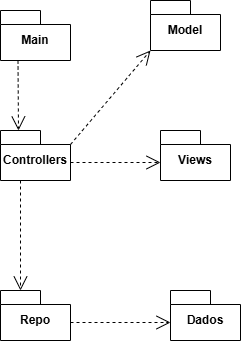
godea-alexei/fsoft2026_1DD_2 keeps this draw.io diagram as Documentation/Iteration03/Code Organization.png. Above is the earlier version. Source tidied: cells renumbered, new cells last; positions are measured from the earlier drawing's top-left corner, leaving out a move shared by most shapes.
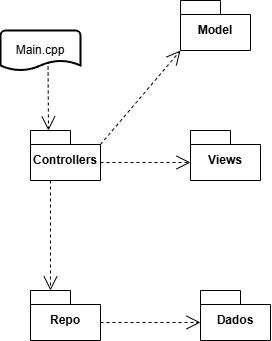
The same diagram one commit later.

Commit message:
Update code organization

What changed in the source:
```diff
@@ -17,11 +17,9 @@
     <mxCell id="6" value="Dados" style="shape=folder;fontStyle=1;spacingTop=10;tabWidth=40;tabHeight=14;tabPosition=left;html=1;whiteSpace=wrap;" parent="1" vertex="1">
       <mxGeometry x="170" y="290" width="70" height="50" as="geometry" />
     </mxCell>
-    <mxCell id="7" value="Main" style="shape=folder;fontStyle=1;spacingTop=10;tabWidth=40;tabHeight=14;tabPosition=left;html=1;whiteSpace=wrap;" parent="1" vertex="1">
-      <mxGeometry y="10" width="70" height="50" as="geometry" />
-    </mxCell>
-    <mxCell id="8" style="endArrow=open;endSize=12;dashed=1;html=1;rounded=0;exitX=0.25;exitY=1;exitDx=0;exitDy=0;exitPerimeter=0;" parent="1" edge="1" source="7">
+    <mxCell id="8" style="endArrow=open;endSize=12;dashed=1;html=1;rounded=0;exitX=0.25;exitY=1;exitDx=0;exitDy=0;exitPerimeter=0;" parent="1" edge="1">
       <mxGeometry relative="1" as="geometry">
+        <mxPoint x="17.5" y="60" as="sourcePoint" />
         <mxPoint x="18" y="130" as="targetPoint" />
       </mxGeometry>
     </mxCell>
@@ -41,5 +39,8 @@
     <mxCell id="12" style="endArrow=open;endSize=12;dashed=1;html=1;rounded=0;exitX=0;exitY=0;exitDx=70;exitDy=14;exitPerimeter=0;entryX=0;entryY=0;entryDx=0;entryDy=50;entryPerimeter=0;" parent="1" edge="1" source="2" target="3">
       <mxGeometry relative="1" as="geometry" />
     </mxCell>
+    <mxCell id="13" value="Main.cpp" style="strokeWidth=2;html=1;shape=mxgraph.flowchart.document2;whiteSpace=wrap;size=0.25;" parent="1" vertex="1">
+      <mxGeometry x="-30" y="30" width="80" height="40" as="geometry" />
+    </mxCell>
   </root>
 </mxGraphModel>
```
